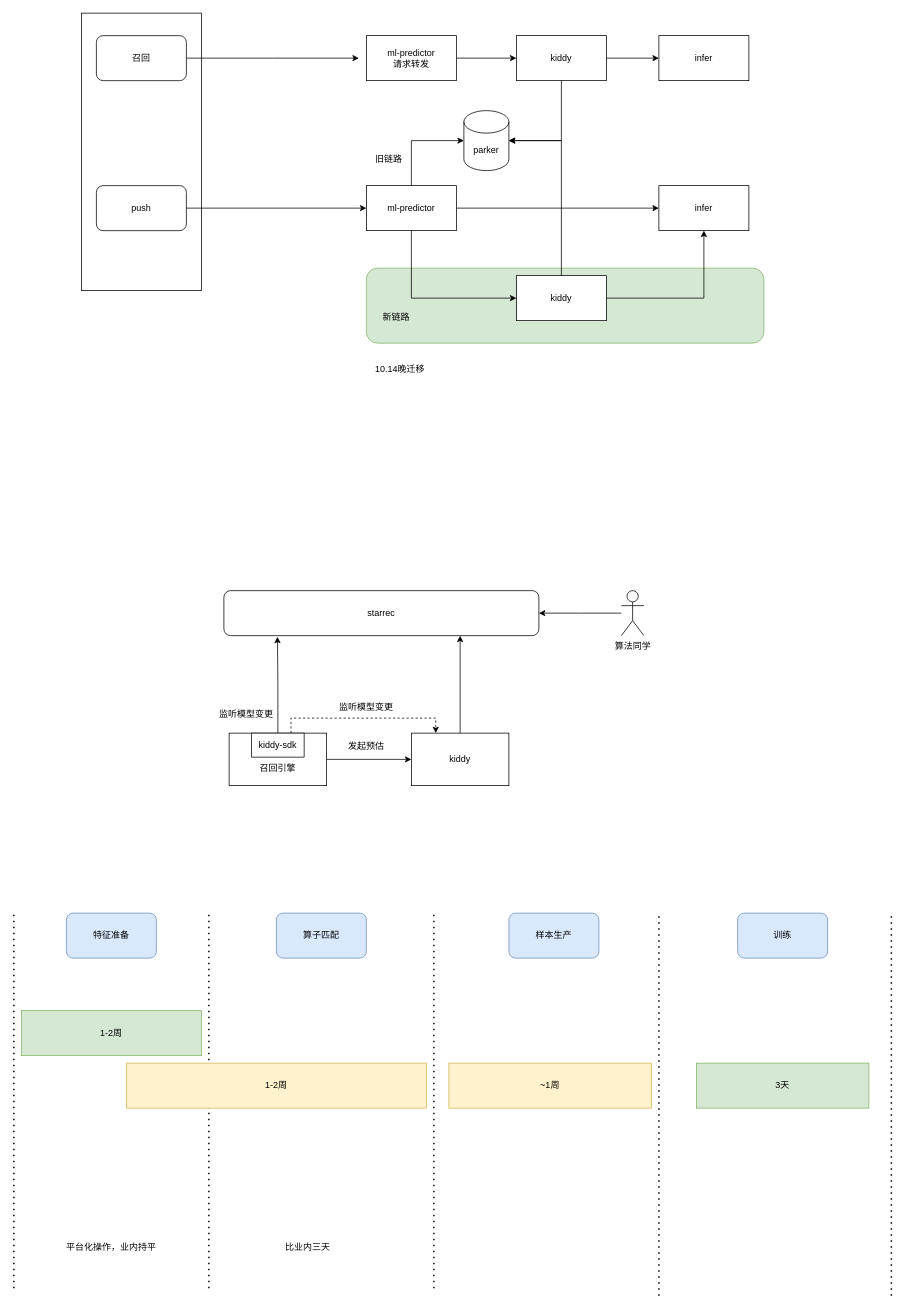
Before: src/model pipe.drawio in bowin/cf-clearance-scraper, a draw.io diagram. Source tidied: cells renumbered, new cells numbered last; positions are measured from the earlier drawing's top-left corner, leaving out a move shared by most shapes. Both pictures are drawn from the tidied source at 75%, with x=0, y=0 at pixel (14, 13).
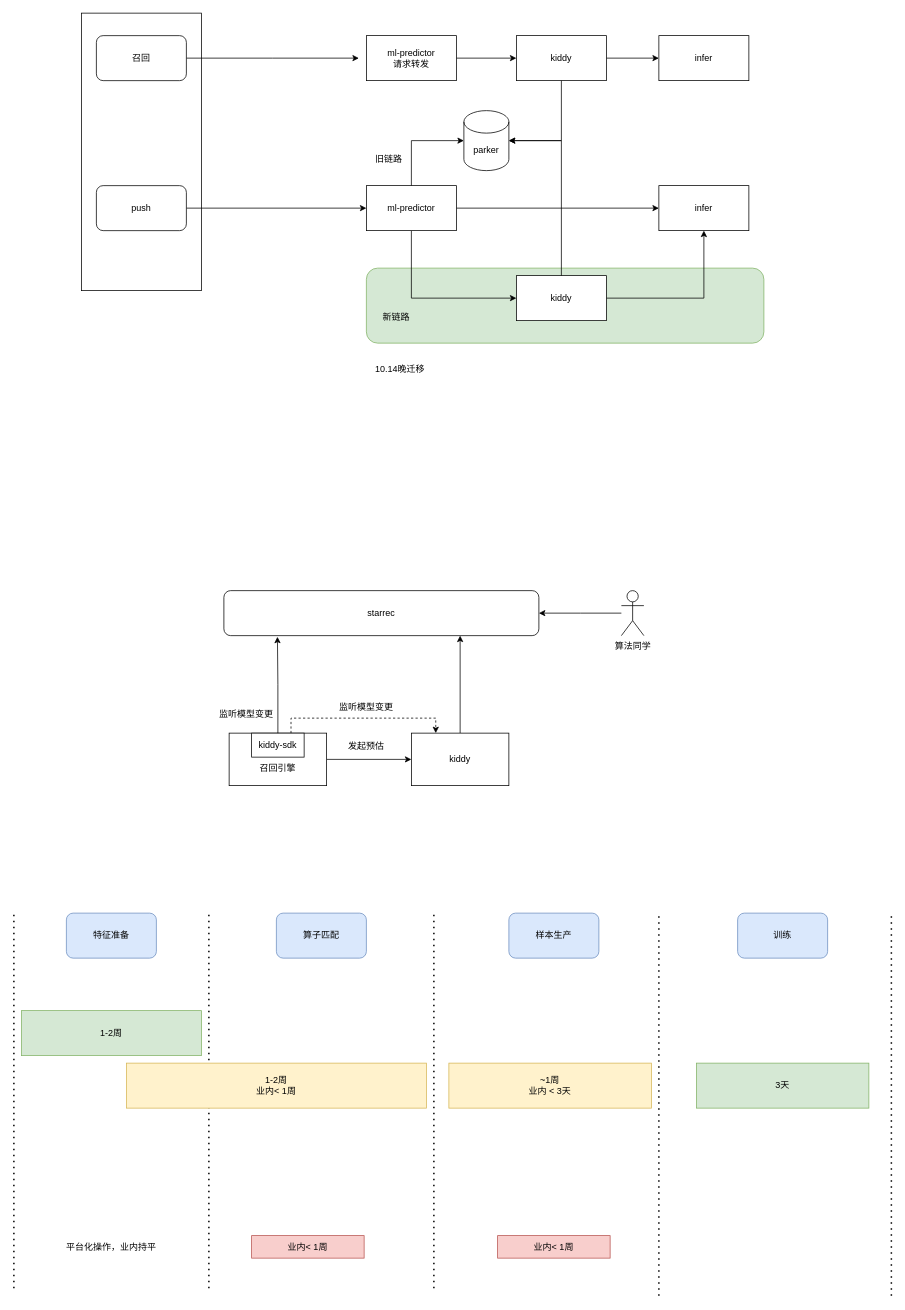
The same page after the edit.

Change to the diagram source:
```diff
@@
-    <mxCell id="47" value="1-2周" style="rounded=0;whiteSpace=wrap;html=1;fillColor=#fff2cc;strokeColor=#d6b656;" parent="1" vertex="1">
+    <mxCell id="47" value="1-2周&lt;div&gt;业内&amp;lt; 1周&lt;/div&gt;" style="rounded=0;whiteSpace=wrap;html=1;fillColor=#fff2cc;strokeColor=#d6b656;" parent="1" vertex="1">
       <mxGeometry x="150" y="1400" width="400" height="60" as="geometry" />
     </mxCell>
-    <mxCell id="48" value="比业内三天" style="text;html=1;align=center;verticalAlign=middle;whiteSpace=wrap;rounded=0;" parent="1" vertex="1">
+    <mxCell id="48" value="业内&amp;lt; 1周" style="text;html=1;align=center;verticalAlign=middle;whiteSpace=wrap;rounded=0;fillColor=#f8cecc;strokeColor=#b85450;" parent="1" vertex="1">
       <mxGeometry x="317" y="1630" width="150" height="30" as="geometry" />
     </mxCell>
@@
-    <mxCell id="51" value="~1周" style="rounded=0;whiteSpace=wrap;html=1;fillColor=#fff2cc;strokeColor=#d6b656;" parent="1" vertex="1">
+    <mxCell id="51" value="~1周&lt;div&gt;业内 &amp;lt; 3天&lt;/div&gt;" style="rounded=0;whiteSpace=wrap;html=1;fillColor=#fff2cc;strokeColor=#d6b656;" parent="1" vertex="1">
       <mxGeometry x="580" y="1400" width="270" height="60" as="geometry" />
     </mxCell>
@@
+    <mxCell id="55" value="业内&amp;lt; 1周" style="text;html=1;align=center;verticalAlign=middle;whiteSpace=wrap;rounded=0;fillColor=#f8cecc;strokeColor=#b85450;" parent="1" vertex="1">
+      <mxGeometry x="645" y="1630" width="150" height="30" as="geometry" />
+    </mxCell>
```
